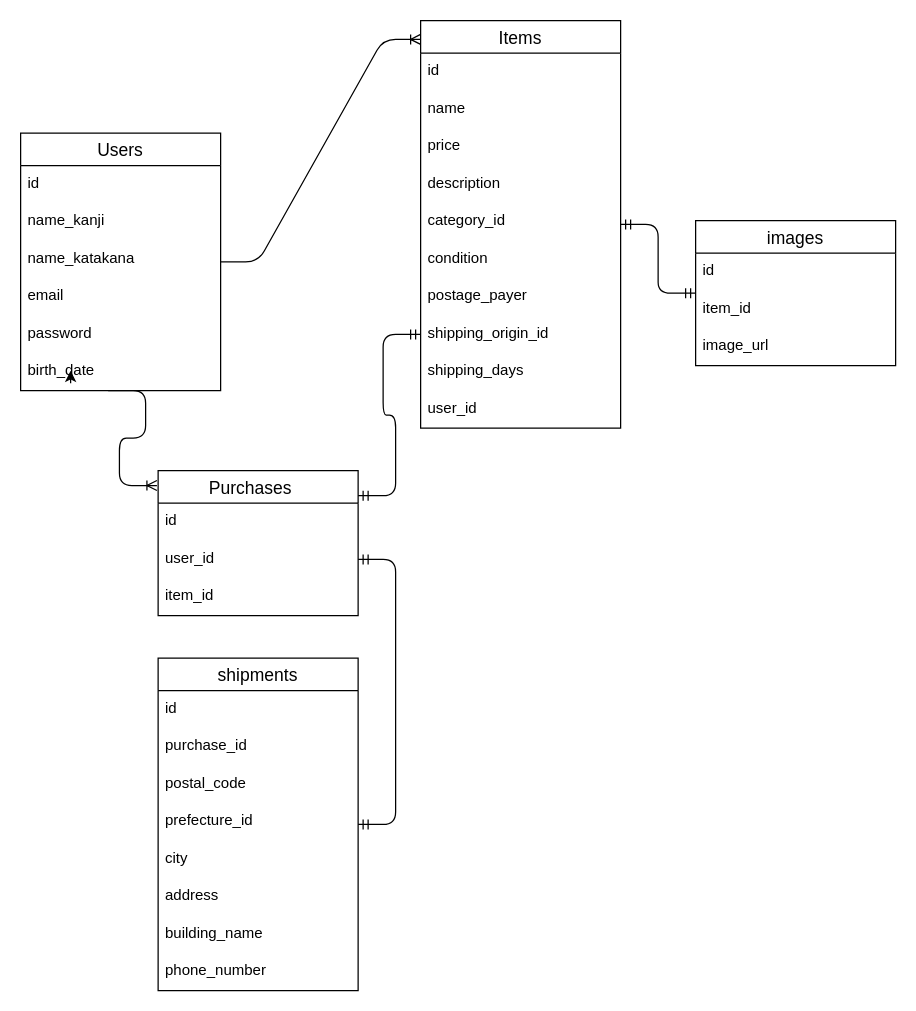
This is page "ページ1" (1 of 2) of test.dio from Shogo0908/furima-39337, a draw.io file, before an edit. Source tidied: cells renumbered, new cells numbered last; positions are measured from the earlier drawing's top-left corner, leaving out a move shared by most shapes. Both pictures are drawn from the tidied source at 125%, with x=0, y=0 at pixel (20, 20).
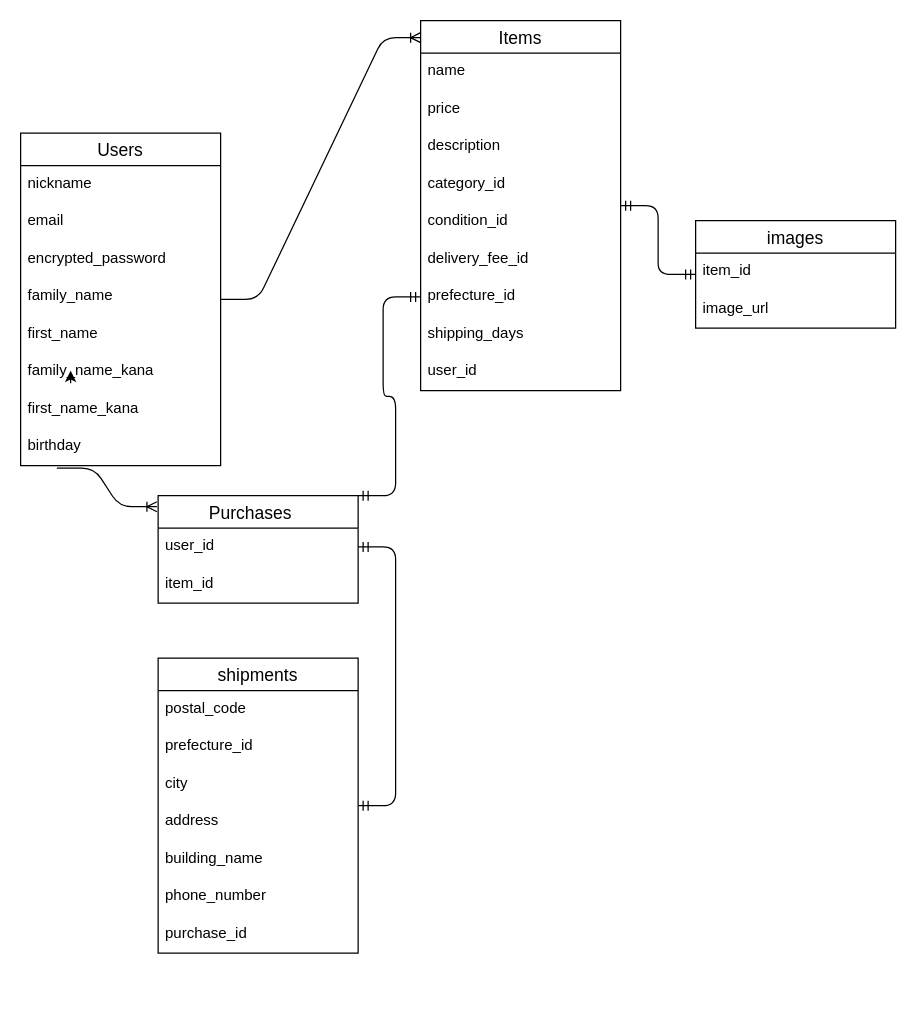
The same diagram, later.

Commit message (it also covers changes not shown here):
データベース設計修正１

The edit, as a diff of the source:
```diff
@@
     <mxCell id="3" value="Users" style="swimlane;fontStyle=0;horizontal=1;startSize=26;align=center;fontSize=14;" parent="1" vertex="1">
-      <mxGeometry y="90" width="160" height="206" as="geometry" />
+      <mxGeometry y="90" width="160" height="266" as="geometry" />
     </mxCell>
-    <mxCell id="4" value="id" style="text;strokeColor=none;fillColor=none;spacingLeft=4;spacingRight=4;overflow=hidden;fontSize=12;" parent="3" vertex="1">
+    <mxCell id="4" value="nickname" style="text;strokeColor=none;fillColor=none;spacingLeft=4;spacingRight=4;overflow=hidden;fontSize=12;" parent="3" vertex="1">
       <mxGeometry y="26" width="160" height="30" as="geometry" />
     </mxCell>
+    <mxCell id="7" value="email" style="text;strokeColor=none;fillColor=none;spacingLeft=4;spacingRight=4;overflow=hidden;fontSize=12;" parent="3" vertex="1">
+      <mxGeometry y="56" width="160" height="30" as="geometry" />
+    </mxCell>
+    <mxCell id="8" value="encrypted_password" style="text;strokeColor=none;fillColor=none;spacingLeft=4;spacingRight=4;overflow=hidden;fontSize=12;" parent="3" vertex="1">
+      <mxGeometry y="86" width="160" height="30" as="geometry" />
+    </mxCell>
-    <mxCell id="5" value="name_kanji" style="text;strokeColor=none;fillColor=none;spacingLeft=4;spacingRight=4;overflow=hidden;fontSize=12;" parent="3" vertex="1">
-      <mxGeometry y="56" width="160" height="30" as="geometry" />
+    <mxCell id="5" value="family_name" style="text;strokeColor=none;fillColor=none;spacingLeft=4;spacingRight=4;overflow=hidden;fontSize=12;" parent="3" vertex="1">
+      <mxGeometry y="116" width="160" height="30" as="geometry" />
     </mxCell>
-    <mxCell id="6" value="name_katakana" style="text;strokeColor=none;fillColor=none;spacingLeft=4;spacingRight=4;overflow=hidden;fontSize=12;" parent="3" vertex="1">
-      <mxGeometry y="86" width="160" height="30" as="geometry" />
+    <mxCell id="6" value="first_name" style="text;strokeColor=none;fillColor=none;spacingLeft=4;spacingRight=4;overflow=hidden;fontSize=12;" parent="3" vertex="1">
+      <mxGeometry y="146" width="160" height="30" as="geometry" />
     </mxCell>
-    <mxCell id="7" value="email" style="text;strokeColor=none;fillColor=none;spacingLeft=4;spacingRight=4;overflow=hidden;fontSize=12;" parent="3" vertex="1">
-      <mxGeometry y="116" width="160" height="30" as="geometry" />
-    </mxCell>
-    <mxCell id="8" value="password" style="text;strokeColor=none;fillColor=none;spacingLeft=4;spacingRight=4;overflow=hidden;fontSize=12;" parent="3" vertex="1">
-      <mxGeometry y="146" width="160" height="30" as="geometry" />
-    </mxCell>
-    <mxCell id="9" value="birth_date" style="text;strokeColor=none;fillColor=none;spacingLeft=4;spacingRight=4;overflow=hidden;fontSize=12;" parent="3" vertex="1">
-      <mxGeometry y="176" width="160" height="30" as="geometry" />
-    </mxCell>
+    <mxCell id="43" value="family_name_kana" style="text;strokeColor=none;fillColor=none;spacingLeft=4;spacingRight=4;overflow=hidden;fontSize=12;" parent="3" vertex="1">
+      <mxGeometry y="176" width="160" height="30" as="geometry" />
+    </mxCell>
+    <mxCell id="44" value="first_name_kana" style="text;strokeColor=none;fillColor=none;spacingLeft=4;spacingRight=4;overflow=hidden;fontSize=12;" parent="3" vertex="1">
+      <mxGeometry y="206" width="160" height="30" as="geometry" />
+    </mxCell>
+    <mxCell id="45" value="birthday" style="text;strokeColor=none;fillColor=none;spacingLeft=4;spacingRight=4;overflow=hidden;points=[[0,0.5],[1,0.5]];portConstraint=eastwest;fontSize=12;" parent="3" vertex="1">
+      <mxGeometry y="236" width="160" height="30" as="geometry" />
+    </mxCell>
     <mxCell id="10" value="Items" style="swimlane;fontStyle=0;horizontal=1;startSize=26;align=center;fontSize=14;" parent="1" vertex="1">
-      <mxGeometry x="320" width="160" height="326" as="geometry" />
+      <mxGeometry x="320" width="160" height="296" as="geometry" />
     </mxCell>
-    <mxCell id="11" value="id" style="text;strokeColor=none;fillColor=none;spacingLeft=4;spacingRight=4;overflow=hidden;fontSize=12;" parent="10" vertex="1">
-      <mxGeometry y="26" width="160" height="30" as="geometry" />
-    </mxCell>
     <mxCell id="12" value="name" style="text;strokeColor=none;fillColor=none;spacingLeft=4;spacingRight=4;overflow=hidden;fontSize=12;" parent="10" vertex="1">
-      <mxGeometry y="56" width="160" height="30" as="geometry" />
+      <mxGeometry y="26" width="160" height="30" as="geometry" />
     </mxCell>
     <mxCell id="13" value="price" style="text;strokeColor=none;fillColor=none;spacingLeft=4;spacingRight=4;overflow=hidden;fontSize=12;" parent="10" vertex="1">
-      <mxGeometry y="86" width="160" height="30" as="geometry" />
+      <mxGeometry y="56" width="160" height="30" as="geometry" />
     </mxCell>
     <mxCell id="14" value="description" style="text;strokeColor=none;fillColor=none;spacingLeft=4;spacingRight=4;overflow=hidden;fontSize=12;" parent="10" vertex="1">
-      <mxGeometry y="116" width="160" height="30" as="geometry" />
+      <mxGeometry y="86" width="160" height="30" as="geometry" />
     </mxCell>
     <mxCell id="15" value="category_id" style="text;strokeColor=none;fillColor=none;spacingLeft=4;spacingRight=4;overflow=hidden;fontSize=12;" parent="10" vertex="1">
-      <mxGeometry y="146" width="160" height="30" as="geometry" />
+      <mxGeometry y="116" width="160" height="30" as="geometry" />
     </mxCell>
-    <mxCell id="16" value="condition" style="text;strokeColor=none;fillColor=none;spacingLeft=4;spacingRight=4;overflow=hidden;fontSize=12;" parent="10" vertex="1">
-      <mxGeometry y="176" width="160" height="30" as="geometry" />
+    <mxCell id="16" value="condition_id" style="text;strokeColor=none;fillColor=none;spacingLeft=4;spacingRight=4;overflow=hidden;fontSize=12;" parent="10" vertex="1">
+      <mxGeometry y="146" width="160" height="30" as="geometry" />
     </mxCell>
-    <mxCell id="17" value="postage_payer" style="text;strokeColor=none;fillColor=none;spacingLeft=4;spacingRight=4;overflow=hidden;fontSize=12;" parent="10" vertex="1">
-      <mxGeometry y="206" width="160" height="30" as="geometry" />
+    <mxCell id="17" value="delivery_fee_id  " style="text;strokeColor=none;fillColor=none;spacingLeft=4;spacingRight=4;overflow=hidden;fontSize=12;" parent="10" vertex="1">
+      <mxGeometry y="176" width="160" height="30" as="geometry" />
     </mxCell>
-    <mxCell id="18" value="shipping_origin_id" style="text;strokeColor=none;fillColor=none;spacingLeft=4;spacingRight=4;overflow=hidden;points=[[0,0.5],[1,0.5]];portConstraint=eastwest;fontSize=12;" parent="10" vertex="1">
-      <mxGeometry y="236" width="160" height="30" as="geometry" />
+    <mxCell id="18" value="prefecture_id " style="text;strokeColor=none;fillColor=none;spacingLeft=4;spacingRight=4;overflow=hidden;points=[[0,0.5],[1,0.5]];portConstraint=eastwest;fontSize=12;" parent="10" vertex="1">
+      <mxGeometry y="206" width="160" height="30" as="geometry" />
     </mxCell>
     <mxCell id="19" value="shipping_days" style="text;strokeColor=none;fillColor=none;spacingLeft=4;spacingRight=4;overflow=hidden;fontSize=12;" parent="10" vertex="1">
-      <mxGeometry y="266" width="160" height="30" as="geometry" />
+      <mxGeometry y="236" width="160" height="30" as="geometry" />
     </mxCell>
     <mxCell id="20" value="user_id" style="text;strokeColor=none;fillColor=none;spacingLeft=4;spacingRight=4;overflow=hidden;fontSize=12;" parent="10" vertex="1">
-      <mxGeometry y="296" width="160" height="30" as="geometry" />
+      <mxGeometry y="266" width="160" height="30" as="geometry" />
     </mxCell>
@@
     <mxCell id="23" value="images" style="swimlane;fontStyle=0;horizontal=1;startSize=26;align=center;fontSize=14;" parent="1" vertex="1">
-      <mxGeometry x="540" y="160" width="160" height="116" as="geometry" />
+      <mxGeometry x="540" y="160" width="160" height="86" as="geometry" />
     </mxCell>
-    <mxCell id="24" value="id" style="text;strokeColor=none;fillColor=none;spacingLeft=4;spacingRight=4;overflow=hidden;fontSize=12;" parent="23" vertex="1">
-      <mxGeometry y="26" width="160" height="30" as="geometry" />
-    </mxCell>
     <mxCell id="25" value="item_id  " style="text;strokeColor=none;fillColor=none;spacingLeft=4;spacingRight=4;overflow=hidden;fontSize=12;" parent="23" vertex="1">
-      <mxGeometry y="56" width="160" height="30" as="geometry" />
+      <mxGeometry y="26" width="160" height="30" as="geometry" />
     </mxCell>
     <mxCell id="26" value="image_url" style="text;strokeColor=none;fillColor=none;spacingLeft=4;spacingRight=4;overflow=hidden;fontSize=12;" parent="23" vertex="1">
-      <mxGeometry y="86" width="160" height="30" as="geometry" />
+      <mxGeometry y="56" width="160" height="30" as="geometry" />
     </mxCell>
-    <mxCell id="27" style="edgeStyle=entityRelationEdgeStyle;fontSize=12;html=1;endArrow=ERoneToMany;entryX=-0.006;entryY=0.103;entryDx=0;entryDy=0;entryPerimeter=0;" parent="1" edge="1" target="28">
-      <mxGeometry relative="1" as="geometry">
-        <mxPoint x="70" y="296" as="sourcePoint" />
-      </mxGeometry>
+    <mxCell id="27" style="edgeStyle=entityRelationEdgeStyle;fontSize=12;html=1;endArrow=ERoneToMany;entryX=-0.006;entryY=0.103;entryDx=0;entryDy=0;entryPerimeter=0;exitX=0.181;exitY=1.067;exitDx=0;exitDy=0;exitPerimeter=0;" parent="1" edge="1" source="45" target="28">
+      <mxGeometry relative="1" as="geometry" />
     </mxCell>
     <mxCell id="28" value="Purchases   " style="swimlane;fontStyle=0;horizontal=1;startSize=26;align=center;fontSize=14;" parent="1" vertex="1">
-      <mxGeometry x="110" y="360" width="160" height="116" as="geometry" />
+      <mxGeometry x="110" y="380" width="160" height="86" as="geometry" />
     </mxCell>
-    <mxCell id="29" value="id" style="text;strokeColor=none;fillColor=none;spacingLeft=4;spacingRight=4;overflow=hidden;fontSize=12;" parent="28" vertex="1">
-      <mxGeometry y="26" width="160" height="30" as="geometry" />
-    </mxCell>
     <mxCell id="30" value="user_id" style="text;strokeColor=none;fillColor=none;spacingLeft=4;spacingRight=4;overflow=hidden;points=[[0,0.5],[1,0.5]];portConstraint=eastwest;fontSize=12;" parent="28" vertex="1">
-      <mxGeometry y="56" width="160" height="30" as="geometry" />
+      <mxGeometry y="26" width="160" height="30" as="geometry" />
     </mxCell>
     <mxCell id="31" value="item_id" style="text;strokeColor=none;fillColor=none;spacingLeft=4;spacingRight=4;overflow=hidden;fontSize=12;" parent="28" vertex="1">
-      <mxGeometry y="86" width="160" height="30" as="geometry" />
+      <mxGeometry y="56" width="160" height="30" as="geometry" />
     </mxCell>
@@
     <mxCell id="34" value="shipments" style="swimlane;fontStyle=0;horizontal=1;startSize=26;align=center;fontSize=14;" parent="1" vertex="1">
-      <mxGeometry x="110" y="510" width="160" height="266" as="geometry" />
+      <mxGeometry x="110" y="510" width="160" height="236" as="geometry" />
     </mxCell>
-    <mxCell id="35" value="id" style="text;strokeColor=none;fillColor=none;spacingLeft=4;spacingRight=4;overflow=hidden;fontSize=12;" parent="34" vertex="1">
-      <mxGeometry y="26" width="160" height="30" as="geometry" />
-    </mxCell>
-    <mxCell id="36" value="purchase_id" style="text;strokeColor=none;fillColor=none;spacingLeft=4;spacingRight=4;overflow=hidden;fontSize=12;" parent="34" vertex="1">
-      <mxGeometry y="56" width="160" height="30" as="geometry" />
-    </mxCell>
     <mxCell id="37" value="postal_code" style="text;strokeColor=none;fillColor=none;spacingLeft=4;spacingRight=4;overflow=hidden;fontSize=12;" parent="34" vertex="1">
-      <mxGeometry y="86" width="160" height="30" as="geometry" />
+      <mxGeometry y="26" width="160" height="30" as="geometry" />
     </mxCell>
     <mxCell id="38" value="prefecture_id" style="text;strokeColor=none;fillColor=none;spacingLeft=4;spacingRight=4;overflow=hidden;fontSize=12;" parent="34" vertex="1">
-      <mxGeometry y="116" width="160" height="30" as="geometry" />
+      <mxGeometry y="56" width="160" height="30" as="geometry" />
     </mxCell>
     <mxCell id="39" value="city" style="text;strokeColor=none;fillColor=none;spacingLeft=4;spacingRight=4;overflow=hidden;fontSize=12;" parent="34" vertex="1">
-      <mxGeometry y="146" width="160" height="30" as="geometry" />
+      <mxGeometry y="86" width="160" height="30" as="geometry" />
     </mxCell>
     <mxCell id="40" value="address" style="text;strokeColor=none;fillColor=none;spacingLeft=4;spacingRight=4;overflow=hidden;fontSize=12;" parent="34" vertex="1">
-      <mxGeometry y="176" width="160" height="30" as="geometry" />
+      <mxGeometry y="116" width="160" height="30" as="geometry" />
     </mxCell>
     <mxCell id="41" value="building_name" style="text;strokeColor=none;fillColor=none;spacingLeft=4;spacingRight=4;overflow=hidden;fontSize=12;" parent="34" vertex="1">
-      <mxGeometry y="206" width="160" height="30" as="geometry" />
+      <mxGeometry y="146" width="160" height="30" as="geometry" />
     </mxCell>
     <mxCell id="42" value="phone_number" style="text;strokeColor=none;fillColor=none;spacingLeft=4;spacingRight=4;overflow=hidden;fontSize=12;" parent="34" vertex="1">
-      <mxGeometry y="236" width="160" height="30" as="geometry" />
+      <mxGeometry y="176" width="160" height="30" as="geometry" />
     </mxCell>
+    <mxCell id="36" value="purchase_id" style="text;strokeColor=none;fillColor=none;spacingLeft=4;spacingRight=4;overflow=hidden;fontSize=12;" parent="34" vertex="1">
+      <mxGeometry y="206" width="160" height="30" as="geometry" />
+    </mxCell>
```
